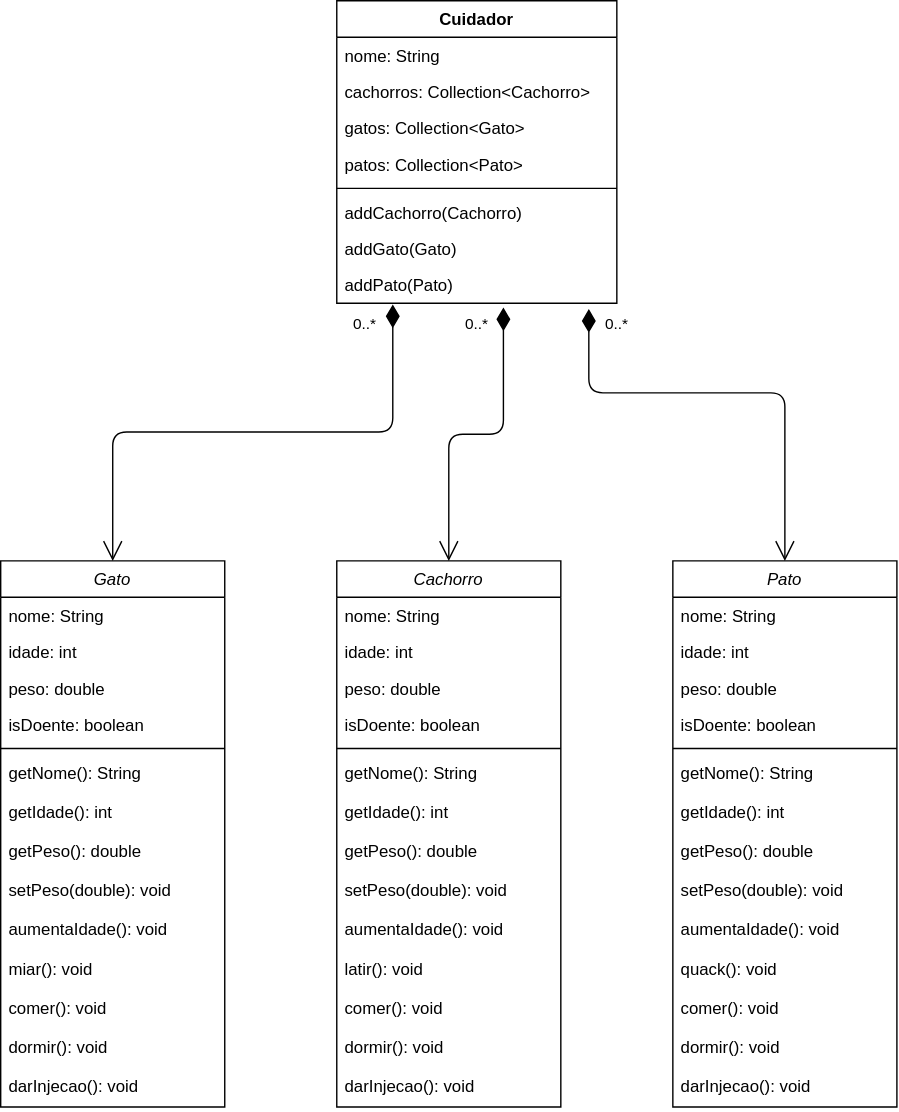
viniciusdenovaes/viniciusdenovaes.github.io keeps this draw.io diagram as aulas/unip/20211/lpoo_files/laboratorio/02-classes_encapsulamento/veterinaria.svg. Above is the earlier version. Source tidied: cells renumbered, new cells last; positions are measured from the earlier drawing's top-left corner, leaving out a move shared by most shapes.
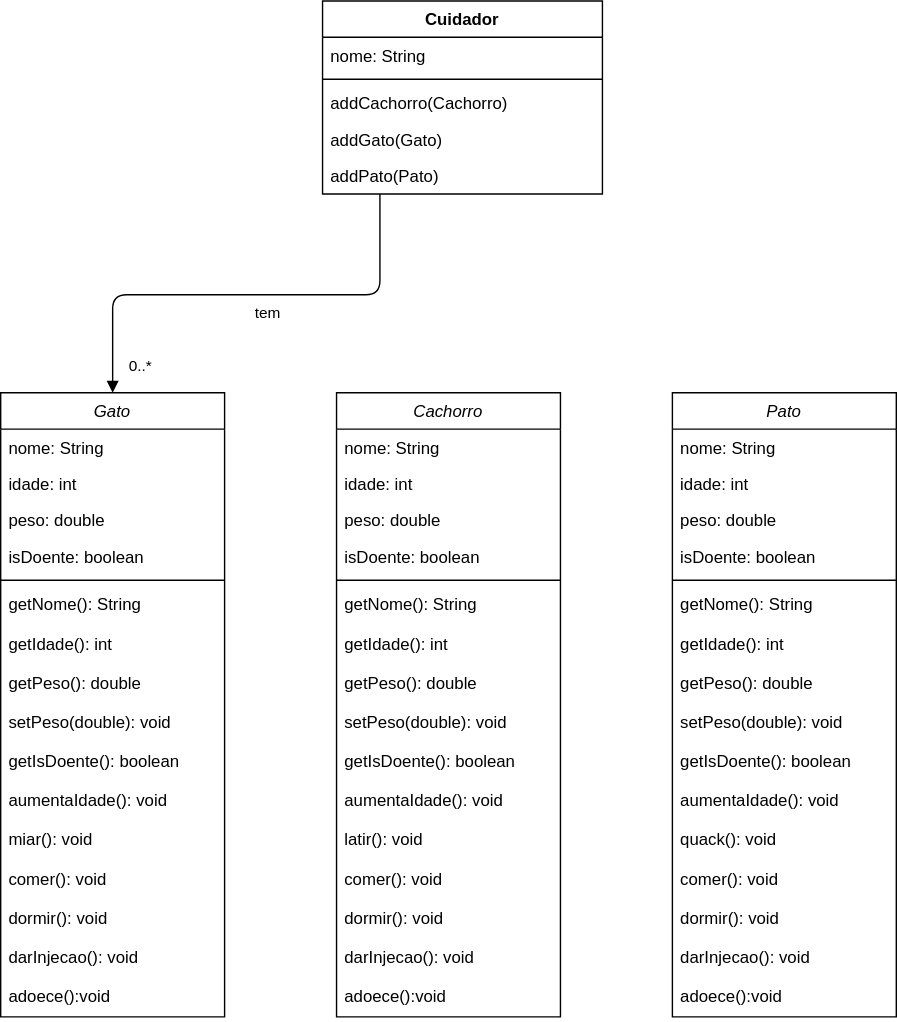
The same diagram one commit later.

Diff of the diagram source:
```diff
@@ -3,7 +3,7 @@
     <mxCell id="0" />
     <mxCell id="1" parent="0" />
     <mxCell id="2" value="Gato" style="swimlane;fontStyle=2;align=center;verticalAlign=top;horizontal=1;startSize=26;rounded=0;shadow=0;strokeWidth=1;" parent="1" vertex="1">
-      <mxGeometry y="400" width="160" height="390" as="geometry" />
+      <mxGeometry y="400" width="160" height="446" as="geometry" />
     </mxCell>
     <mxCell id="3" value="nome: String" style="text;align=left;verticalAlign=top;spacingLeft=4;spacingRight=4;overflow=hidden;" parent="2" vertex="1">
       <mxGeometry y="26" width="160" height="26" as="geometry" />
@@ -32,23 +32,29 @@
     <mxCell id="11" value="setPeso(double): void" style="text;align=left;verticalAlign=top;spacingLeft=4;spacingRight=4;overflow=hidden;" parent="2" vertex="1">
       <mxGeometry y="222" width="160" height="28" as="geometry" />
     </mxCell>
+    <mxCell id="59" value="getIsDoente(): boolean" style="text;align=left;verticalAlign=top;spacingLeft=4;spacingRight=4;overflow=hidden;" parent="2" vertex="1">
+      <mxGeometry y="250" width="160" height="28" as="geometry" />
+    </mxCell>
     <mxCell id="12" value="aumentaIdade(): void" style="text;align=left;verticalAlign=top;spacingLeft=4;spacingRight=4;overflow=hidden;" parent="2" vertex="1">
-      <mxGeometry y="250" width="160" height="28" as="geometry" />
+      <mxGeometry y="278" width="160" height="28" as="geometry" />
     </mxCell>
     <mxCell id="13" value="miar(): void" style="text;align=left;verticalAlign=top;spacingLeft=4;spacingRight=4;overflow=hidden;" parent="2" vertex="1">
-      <mxGeometry y="278" width="160" height="28" as="geometry" />
+      <mxGeometry y="306" width="160" height="28" as="geometry" />
     </mxCell>
     <mxCell id="14" value="comer(): void" style="text;align=left;verticalAlign=top;spacingLeft=4;spacingRight=4;overflow=hidden;" parent="2" vertex="1">
-      <mxGeometry y="306" width="160" height="28" as="geometry" />
+      <mxGeometry y="334" width="160" height="28" as="geometry" />
     </mxCell>
     <mxCell id="15" value="dormir(): void" style="text;align=left;verticalAlign=top;spacingLeft=4;spacingRight=4;overflow=hidden;" parent="2" vertex="1">
-      <mxGeometry y="334" width="160" height="28" as="geometry" />
+      <mxGeometry y="362" width="160" height="28" as="geometry" />
     </mxCell>
     <mxCell id="16" value="darInjecao(): void" style="text;align=left;verticalAlign=top;spacingLeft=4;spacingRight=4;overflow=hidden;" parent="2" vertex="1">
-      <mxGeometry y="362" width="160" height="28" as="geometry" />
+      <mxGeometry y="390" width="160" height="28" as="geometry" />
     </mxCell>
+    <mxCell id="60" value="adoece():void" style="text;align=left;verticalAlign=top;spacingLeft=4;spacingRight=4;overflow=hidden;" parent="2" vertex="1">
+      <mxGeometry y="418" width="160" height="28" as="geometry" />
+    </mxCell>
     <mxCell id="17" value="Cachorro" style="swimlane;fontStyle=2;align=center;verticalAlign=top;horizontal=1;startSize=26;rounded=0;shadow=0;strokeWidth=1;" parent="1" vertex="1">
-      <mxGeometry x="240" y="400" width="160" height="390" as="geometry" />
+      <mxGeometry x="240" y="400" width="160" height="446" as="geometry" />
     </mxCell>
     <mxCell id="18" value="nome: String" style="text;align=left;verticalAlign=top;spacingLeft=4;spacingRight=4;overflow=hidden;" parent="17" vertex="1">
       <mxGeometry y="26" width="160" height="26" as="geometry" />
@@ -77,23 +83,29 @@
     <mxCell id="26" value="setPeso(double): void" style="text;align=left;verticalAlign=top;spacingLeft=4;spacingRight=4;overflow=hidden;" parent="17" vertex="1">
       <mxGeometry y="222" width="160" height="28" as="geometry" />
     </mxCell>
+    <mxCell id="61" value="getIsDoente(): boolean" style="text;align=left;verticalAlign=top;spacingLeft=4;spacingRight=4;overflow=hidden;" parent="17" vertex="1">
+      <mxGeometry y="250" width="160" height="28" as="geometry" />
+    </mxCell>
     <mxCell id="27" value="aumentaIdade(): void" style="text;align=left;verticalAlign=top;spacingLeft=4;spacingRight=4;overflow=hidden;" parent="17" vertex="1">
-      <mxGeometry y="250" width="160" height="28" as="geometry" />
+      <mxGeometry y="278" width="160" height="28" as="geometry" />
     </mxCell>
     <mxCell id="28" value="latir(): void" style="text;align=left;verticalAlign=top;spacingLeft=4;spacingRight=4;overflow=hidden;" parent="17" vertex="1">
-      <mxGeometry y="278" width="160" height="28" as="geometry" />
+      <mxGeometry y="306" width="160" height="28" as="geometry" />
     </mxCell>
     <mxCell id="29" value="comer(): void" style="text;align=left;verticalAlign=top;spacingLeft=4;spacingRight=4;overflow=hidden;" parent="17" vertex="1">
-      <mxGeometry y="306" width="160" height="28" as="geometry" />
+      <mxGeometry y="334" width="160" height="28" as="geometry" />
     </mxCell>
     <mxCell id="30" value="dormir(): void" style="text;align=left;verticalAlign=top;spacingLeft=4;spacingRight=4;overflow=hidden;" parent="17" vertex="1">
-      <mxGeometry y="334" width="160" height="28" as="geometry" />
+      <mxGeometry y="362" width="160" height="28" as="geometry" />
     </mxCell>
     <mxCell id="31" value="darInjecao(): void" style="text;align=left;verticalAlign=top;spacingLeft=4;spacingRight=4;overflow=hidden;" parent="17" vertex="1">
-      <mxGeometry y="362" width="160" height="28" as="geometry" />
+      <mxGeometry y="390" width="160" height="28" as="geometry" />
     </mxCell>
+    <mxCell id="62" value="adoece():void" style="text;align=left;verticalAlign=top;spacingLeft=4;spacingRight=4;overflow=hidden;" parent="17" vertex="1">
+      <mxGeometry y="418" width="160" height="28" as="geometry" />
+    </mxCell>
     <mxCell id="32" value="Pato" style="swimlane;fontStyle=2;align=center;verticalAlign=top;horizontal=1;startSize=26;rounded=0;shadow=0;strokeWidth=1;" parent="1" vertex="1">
-      <mxGeometry x="480" y="400" width="160" height="390" as="geometry" />
+      <mxGeometry x="480" y="400" width="160" height="446" as="geometry" />
     </mxCell>
     <mxCell id="33" value="nome: String" style="text;align=left;verticalAlign=top;spacingLeft=4;spacingRight=4;overflow=hidden;" parent="32" vertex="1">
       <mxGeometry y="26" width="160" height="26" as="geometry" />
@@ -122,63 +134,57 @@
     <mxCell id="41" value="setPeso(double): void" style="text;align=left;verticalAlign=top;spacingLeft=4;spacingRight=4;overflow=hidden;" parent="32" vertex="1">
       <mxGeometry y="222" width="160" height="28" as="geometry" />
     </mxCell>
+    <mxCell id="63" value="getIsDoente(): boolean" style="text;align=left;verticalAlign=top;spacingLeft=4;spacingRight=4;overflow=hidden;" parent="32" vertex="1">
+      <mxGeometry y="250" width="160" height="28" as="geometry" />
+    </mxCell>
     <mxCell id="42" value="aumentaIdade(): void" style="text;align=left;verticalAlign=top;spacingLeft=4;spacingRight=4;overflow=hidden;" parent="32" vertex="1">
-      <mxGeometry y="250" width="160" height="28" as="geometry" />
+      <mxGeometry y="278" width="160" height="28" as="geometry" />
     </mxCell>
     <mxCell id="43" value="quack(): void" style="text;align=left;verticalAlign=top;spacingLeft=4;spacingRight=4;overflow=hidden;" parent="32" vertex="1">
-      <mxGeometry y="278" width="160" height="28" as="geometry" />
+      <mxGeometry y="306" width="160" height="28" as="geometry" />
     </mxCell>
     <mxCell id="44" value="comer(): void" style="text;align=left;verticalAlign=top;spacingLeft=4;spacingRight=4;overflow=hidden;" parent="32" vertex="1">
-      <mxGeometry y="306" width="160" height="28" as="geometry" />
+      <mxGeometry y="334" width="160" height="28" as="geometry" />
     </mxCell>
     <mxCell id="45" value="dormir(): void" style="text;align=left;verticalAlign=top;spacingLeft=4;spacingRight=4;overflow=hidden;" parent="32" vertex="1">
-      <mxGeometry y="334" width="160" height="28" as="geometry" />
+      <mxGeometry y="362" width="160" height="28" as="geometry" />
     </mxCell>
     <mxCell id="46" value="darInjecao(): void" style="text;align=left;verticalAlign=top;spacingLeft=4;spacingRight=4;overflow=hidden;" parent="32" vertex="1">
-      <mxGeometry y="362" width="160" height="28" as="geometry" />
+      <mxGeometry y="390" width="160" height="28" as="geometry" />
     </mxCell>
+    <mxCell id="64" value="adoece():void" style="text;align=left;verticalAlign=top;spacingLeft=4;spacingRight=4;overflow=hidden;" parent="32" vertex="1">
+      <mxGeometry y="418" width="160" height="28" as="geometry" />
+    </mxCell>
     <mxCell id="47" value="Cuidador" style="swimlane;fontStyle=1;align=center;verticalAlign=top;horizontal=1;startSize=26;" parent="1" vertex="1">
-      <mxGeometry x="240" width="200" height="216" as="geometry" />
+      <mxGeometry x="230" y="120" width="200" height="138" as="geometry" />
     </mxCell>
     <mxCell id="48" value="nome: String" style="text;strokeColor=none;fillColor=none;align=left;verticalAlign=top;spacingLeft=4;spacingRight=4;overflow=hidden;" parent="47" vertex="1">
       <mxGeometry y="26" width="200" height="26" as="geometry" />
     </mxCell>
-    <mxCell id="49" value="cachorros: Collection&lt;Cachorro&gt;" style="text;strokeColor=none;fillColor=none;align=left;verticalAlign=top;spacingLeft=4;spacingRight=4;overflow=hidden;" parent="47" vertex="1">
-      <mxGeometry y="52" width="200" height="26" as="geometry" />
-    </mxCell>
-    <mxCell id="50" value="gatos: Collection&lt;Gato&gt;" style="text;strokeColor=none;fillColor=none;align=left;verticalAlign=top;spacingLeft=4;spacingRight=4;overflow=hidden;" parent="47" vertex="1">
-      <mxGeometry y="78" width="200" height="26" as="geometry" />
-    </mxCell>
-    <mxCell id="51" value="patos: Collection&lt;Pato&gt;" style="text;strokeColor=none;fillColor=none;align=left;verticalAlign=top;spacingLeft=4;spacingRight=4;overflow=hidden;" parent="47" vertex="1">
-      <mxGeometry y="104" width="200" height="26" as="geometry" />
-    </mxCell>
     <mxCell id="52" style="line;strokeWidth=1;fillColor=none;align=left;verticalAlign=middle;spacingTop=-1;spacingLeft=3;spacingRight=3;labelPosition=right;" parent="47" vertex="1">
-      <mxGeometry y="130" width="200" height="8" as="geometry" />
+      <mxGeometry y="52" width="200" height="8" as="geometry" />
     </mxCell>
     <mxCell id="53" value="addCachorro(Cachorro)" style="text;strokeColor=none;fillColor=none;align=left;verticalAlign=top;spacingLeft=4;spacingRight=4;overflow=hidden;" parent="47" vertex="1">
-      <mxGeometry y="138" width="200" height="26" as="geometry" />
+      <mxGeometry y="60" width="200" height="26" as="geometry" />
     </mxCell>
     <mxCell id="54" value="addGato(Gato)" style="text;strokeColor=none;fillColor=none;align=left;verticalAlign=top;spacingLeft=4;spacingRight=4;overflow=hidden;" parent="47" vertex="1">
-      <mxGeometry y="164" width="200" height="26" as="geometry" />
+      <mxGeometry y="86" width="200" height="26" as="geometry" />
     </mxCell>
     <mxCell id="55" value="addPato(Pato)" style="text;strokeColor=none;fillColor=none;align=left;verticalAlign=top;spacingLeft=4;spacingRight=4;overflow=hidden;points=[[0,0.5],[1,0.5]];portConstraint=eastwest;" parent="47" vertex="1">
-      <mxGeometry y="190" width="200" height="26" as="geometry" />
+      <mxGeometry y="112" width="200" height="26" as="geometry" />
     </mxCell>
-    <mxCell id="56" value="0..*" style="endArrow=open;html=1;endSize=12;startArrow=diamondThin;startSize=14;startFill=1;edgeStyle=orthogonalEdgeStyle;align=left;verticalAlign=bottom;exitX=0.2;exitY=1.032;exitDx=0;exitDy=0;exitPerimeter=0;entryX=0.5;entryY=0;entryDx=0;entryDy=0;" parent="1" edge="1" source="55" target="2">
-      <mxGeometry x="-0.88" y="-30" relative="1" as="geometry" />
+    <mxCell id="56" value="tem" style="endArrow=block;endFill=1;html=1;edgeStyle=orthogonalEdgeStyle;align=left;verticalAlign=top;entryX=0.5;entryY=0;entryDx=0;entryDy=0;" parent="1" edge="1" source="55" target="2">
+      <mxGeometry x="-0.02" relative="1" as="geometry">
+        <Array as="points">
+          <mxPoint x="271" y="330" />
+          <mxPoint x="80" y="330" />
+        </Array>
+      </mxGeometry>
     </mxCell>
-    <mxCell id="57" value="0..*" style="endArrow=open;html=1;endSize=12;startArrow=diamondThin;startSize=14;startFill=1;edgeStyle=orthogonalEdgeStyle;align=left;verticalAlign=bottom;entryX=0.5;entryY=0;entryDx=0;entryDy=0;" parent="1" edge="1" target="17">
-      <mxGeometry x="-0.81" y="-29" relative="1" as="geometry">
-        <mxPoint x="359" y="219" as="sourcePoint" />
-      </mxGeometry>
-    </mxCell>
-    <mxCell id="58" value="0..*" style="endArrow=open;html=1;endSize=12;startArrow=diamondThin;startSize=14;startFill=1;edgeStyle=orthogonalEdgeStyle;align=left;verticalAlign=bottom;entryX=0.5;entryY=0;entryDx=0;entryDy=0;exitX=0.9;exitY=1.16;exitDx=0;exitDy=0;exitPerimeter=0;" parent="1" edge="1" source="55" target="32">
-      <mxGeometry x="-0.88" y="10" relative="1" as="geometry">
-        <Array as="points">
-          <mxPoint x="420" y="280" />
-          <mxPoint x="560" y="280" />
-        </Array>
-      </mxGeometry>
-    </mxCell>
+    <mxCell id="65" value="0..*" style="edgeLabel;html=1;align=left;verticalAlign=bottom;" parent="56" vertex="1">
+      <mxGeometry x="-1" relative="1" as="geometry">
+        <mxPoint x="-181" y="132" as="offset" />
+      </mxGeometry>
+    </mxCell>
   </root>
 </mxGraphModel>
```
